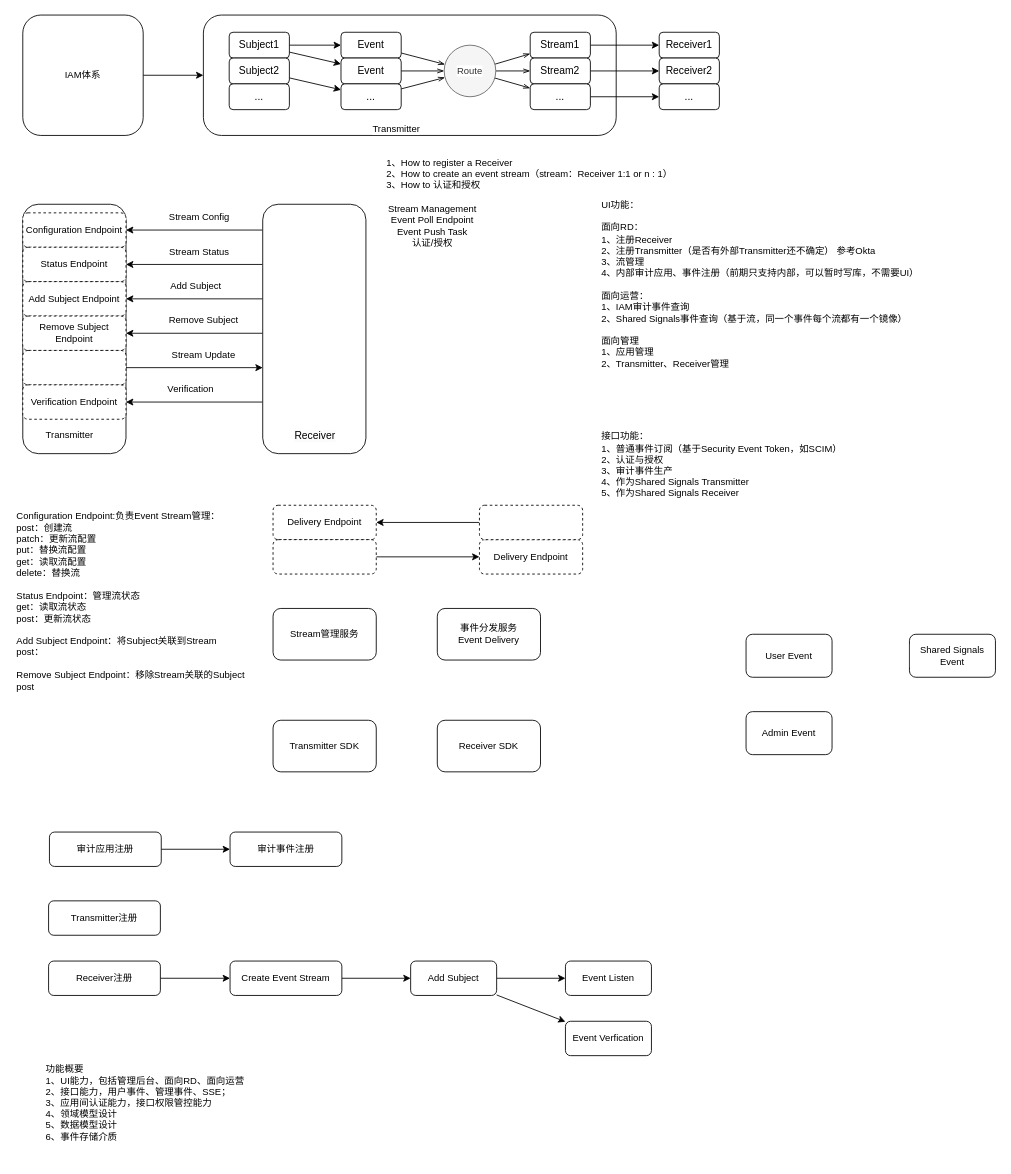
Before: sharedsignals.drawio in yamilinqh/spicedb, a draw.io diagram. Source tidied: cells renumbered, new cells numbered last; positions are measured from the earlier drawing's top-left corner, leaving out a move shared by most shapes. Both pictures are drawn from the tidied source at 86%, with x=0, y=0 at pixel (15, 15).
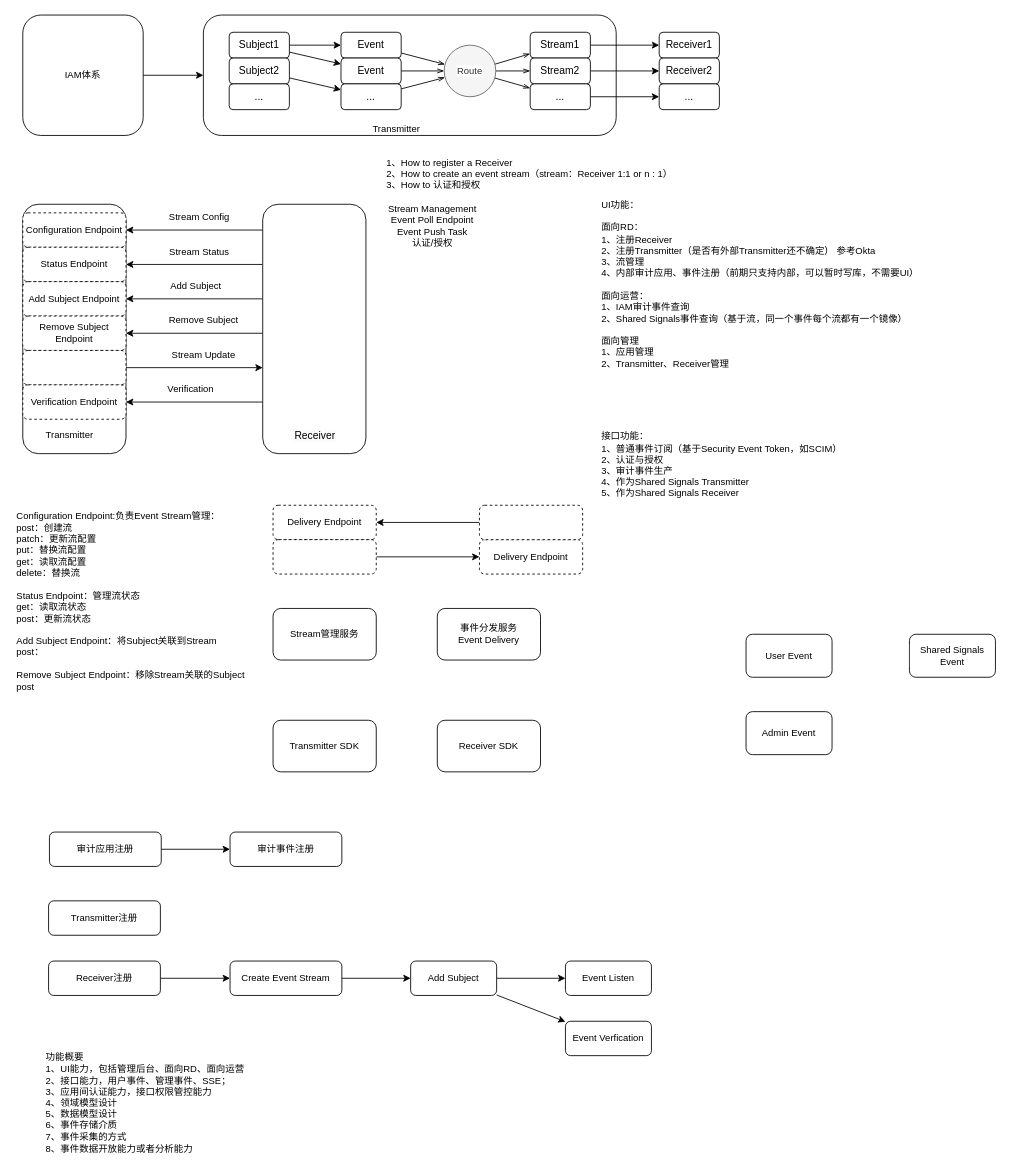
The same page after the edit.

The edit, as a diff of the source:
```diff
@@
-    <mxCell id="91" value="功能概要&lt;br&gt;1、UI能力，包括管理后台、面向RD、面向运营&lt;br&gt;2、接口能力，用户事件、管理事件、SSE；&lt;br&gt;3、应用间认证能力，接口权限管控能力&lt;br&gt;4、领域模型设计&lt;br&gt;5、数据模型设计&lt;br&gt;6、事件存储介质" style="text;html=1;align=left;verticalAlign=middle;strokeColor=none;fillColor=none;fontFamily=Helvetica;fontSize=11;fontColor=default;labelBackgroundColor=default;" parent="1" vertex="1">
-      <mxGeometry x="34" y="1210" width="250" height="110" as="geometry" />
+    <mxCell id="91" value="功能概要&lt;br&gt;1、UI能力，包括管理后台、面向RD、面向运营&lt;br&gt;2、接口能力，用户事件、管理事件、SSE；&lt;br&gt;3、应用间认证能力，接口权限管控能力&lt;br&gt;4、领域模型设计&lt;br&gt;5、数据模型设计&lt;br&gt;6、事件存储介质&lt;br&gt;7、事件采集的方式&lt;br&gt;8、事件数据开放能力或者分析能力" style="text;html=1;align=left;verticalAlign=middle;strokeColor=none;fillColor=none;fontFamily=Helvetica;fontSize=11;fontColor=default;labelBackgroundColor=default;" parent="1" vertex="1">
+      <mxGeometry x="34" y="1200" width="250" height="130" as="geometry" />
     </mxCell>
```
